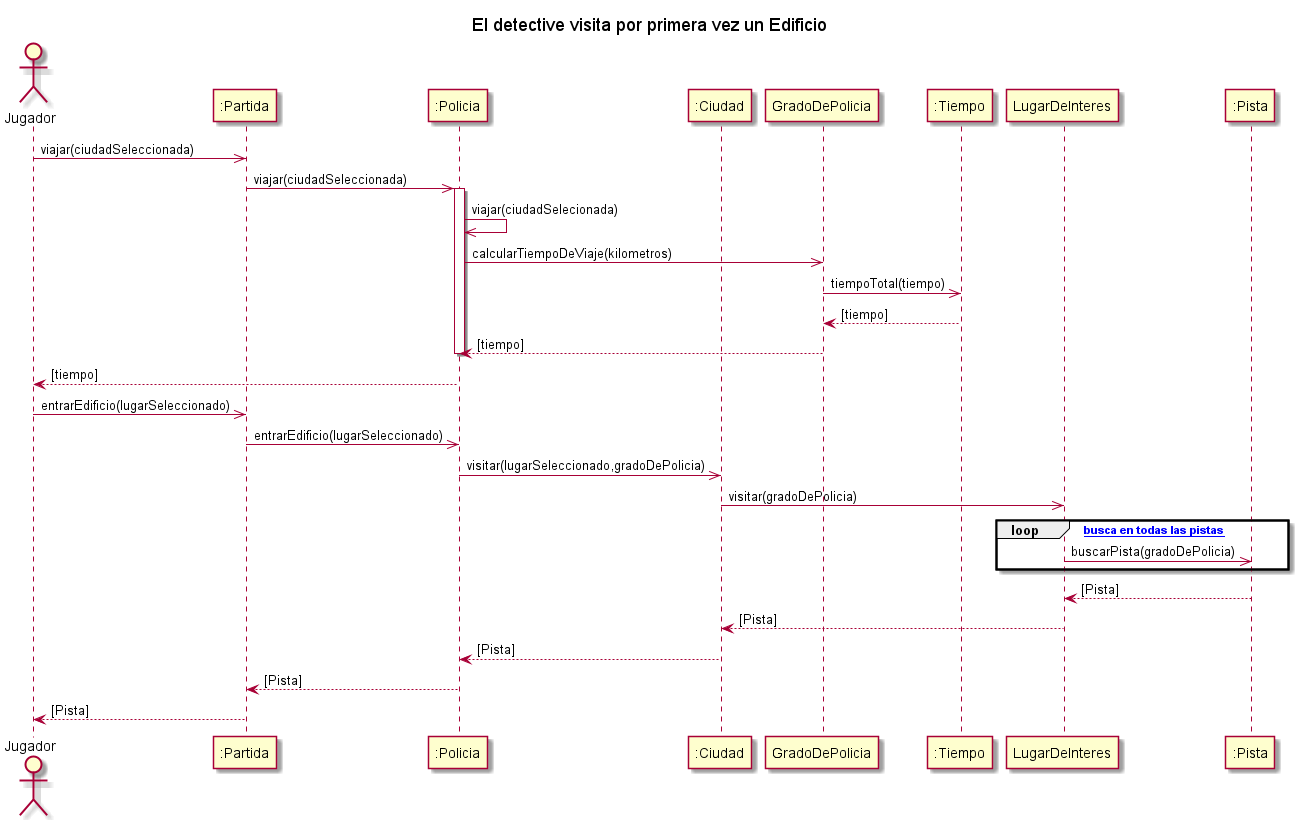
Earlier version of the PlantUML export diagrams/sequences/DS_EntrarAEdificio.png (kmu01/Algo3_tp2).
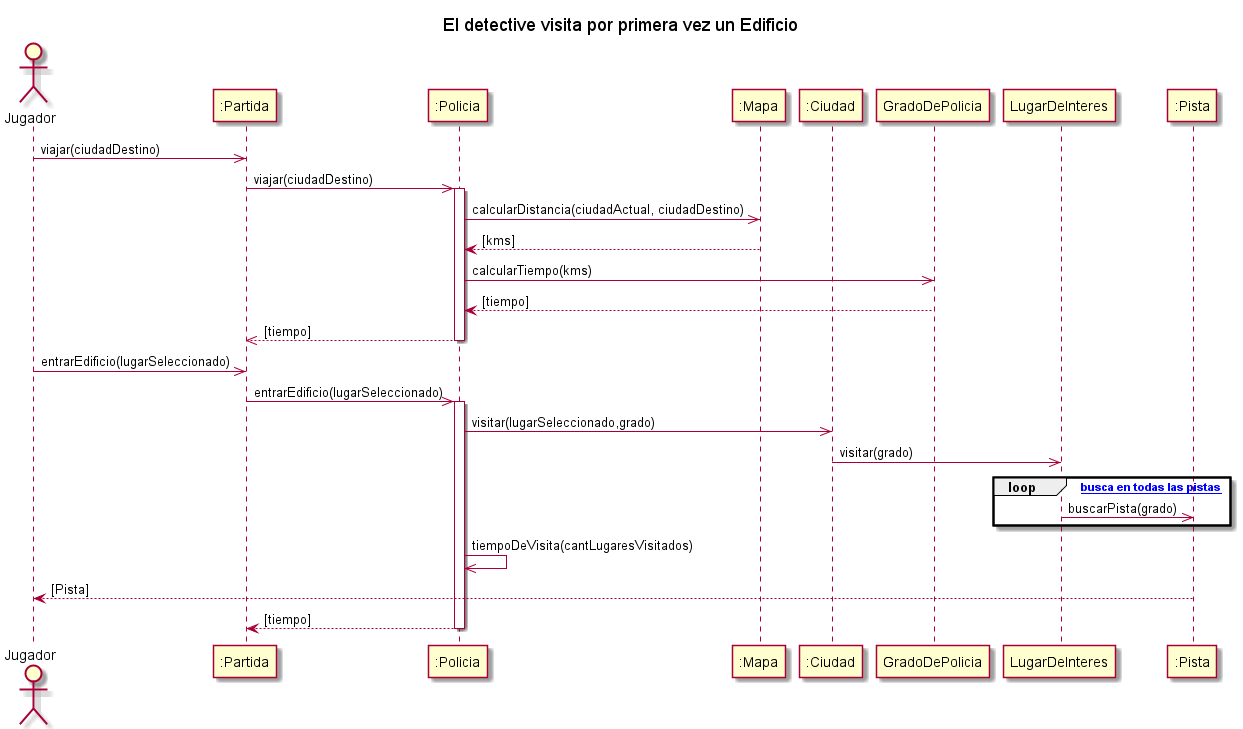
The same file after the commit.

The edit, as a diff of the source:
```diff
@@ -4,35 +4,34 @@
 actor "Jugador" as AlgoThief
 participant ":Partida" as Partida
 participant ":Policia" as Policia
+participant ":Mapa" as Mapa
 participant ":Ciudad" as Ciudad
 participant "GradoDePolicia" as GradoDePolicia
-participant ":Tiempo" as Tiempo
 participant "LugarDeInteres" as LugarDeInteres
 participant ":Pista" as Pista
 
-AlgoThief ->> Partida: viajar(ciudadSeleccionada)
-Partida ->> Policia: viajar(ciudadSeleccionada)
+AlgoThief ->> Partida: viajar(ciudadDestino)
+Partida ->> Policia: viajar(ciudadDestino)
 activate Policia
-Policia ->> Policia: viajar(ciudadSelecionada)
-Policia ->> GradoDePolicia : calcularTiempoDeViaje(kilometros)
-GradoDePolicia ->> Tiempo : tiempoTotal(tiempo)
-Tiempo --> GradoDePolicia : [tiempo]
-GradoDePolicia --> Policia : [tiempo]
+
+Policia ->> Mapa: calcularDistancia(ciudadActual, ciudadDestino)
+Policia <-- Mapa: [kms]
+Policia ->> GradoDePolicia: calcularTiempo(kms)
+Policia <-- GradoDePolicia: [tiempo]
+return [tiempo]
 deactivate Policia
-Policia --> AlgoThief : [tiempo]
 AlgoThief ->> Partida: entrarEdificio(lugarSeleccionado)
 Partida ->> Policia: entrarEdificio(lugarSeleccionado)
-Policia ->> Ciudad: visitar(lugarSeleccionado,gradoDePolicia)
-
-Ciudad ->> LugarDeInteres: visitar(gradoDePolicia)
+activate Policia
+Policia ->> Ciudad: visitar(lugarSeleccionado,grado)
+Ciudad ->> LugarDeInteres: visitar(grado)
 loop [se busca en todas las pistas]
-	LugarDeInteres ->> Pista: buscarPista(gradoDePolicia)
+	LugarDeInteres ->> Pista: buscarPista(grado)
 end
-Pista --> LugarDeInteres : [Pista]
-LugarDeInteres --> Ciudad : [Pista]
-Ciudad --> Policia : [Pista]
-Policia --> Partida : [Pista]
-Partida --> AlgoThief : [Pista]
+Policia ->> Policia: tiempoDeVisita(cantLugaresVisitados)
+Pista --> AlgoThief : [Pista]
+Policia --> Partida : [tiempo]
+deactivate Policia
 
 
 
```
